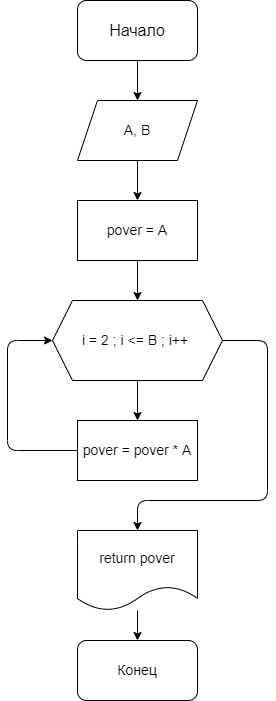
The draw.io diagram HWork4/Task25/diagram.dravio.png in VladimirVicPar/qwerty1, before a commit. Source tidied: cells renumbered, new cells last; positions are measured from the earlier drawing's top-left corner, leaving out a move shared by most shapes. The source it was exported from:
```xml
<mxGraphModel>
  <root>
    <mxCell id="0" />
    <mxCell id="1" parent="0" />
    <mxCell id="2" style="edgeStyle=none;html=1;fontSize=14;" parent="1" edge="1" source="3" target="5">
      <mxGeometry relative="1" as="geometry" />
    </mxCell>
    <mxCell id="3" value="&lt;font size=&quot;3&quot;&gt;Начало&lt;/font&gt;" style="rounded=1;whiteSpace=wrap;html=1;" parent="1" vertex="1">
      <mxGeometry x="70" width="120" height="60" as="geometry" />
    </mxCell>
    <mxCell id="4" style="edgeStyle=none;html=1;fontSize=14;" parent="1" edge="1" source="5" target="7">
      <mxGeometry relative="1" as="geometry" />
    </mxCell>
    <mxCell id="5" value="А, В" style="shape=parallelogram;perimeter=parallelogramPerimeter;whiteSpace=wrap;html=1;fixedSize=1;fontSize=14;" parent="1" vertex="1">
      <mxGeometry x="70" y="100" width="120" height="60" as="geometry" />
    </mxCell>
    <mxCell id="6" style="edgeStyle=none;html=1;fontSize=14;" parent="1" edge="1" source="7" target="10">
      <mxGeometry relative="1" as="geometry" />
    </mxCell>
    <mxCell id="7" value="pover = A" style="rounded=0;whiteSpace=wrap;html=1;fontSize=14;" parent="1" vertex="1">
      <mxGeometry x="70" y="200" width="120" height="60" as="geometry" />
    </mxCell>
    <mxCell id="8" style="edgeStyle=none;html=1;fontSize=14;" parent="1" edge="1" source="10" target="12">
      <mxGeometry relative="1" as="geometry" />
    </mxCell>
    <mxCell id="9" style="edgeStyle=none;html=1;exitX=1;exitY=0.5;exitDx=0;exitDy=0;entryX=0.5;entryY=0;entryDx=0;entryDy=0;fontSize=14;" parent="1" edge="1" source="10" target="14">
      <mxGeometry relative="1" as="geometry">
        <Array as="points">
          <mxPoint x="260" y="340" />
          <mxPoint x="260" y="500" />
          <mxPoint x="130" y="500" />
        </Array>
      </mxGeometry>
    </mxCell>
    <mxCell id="10" value="i = 2 ; i &amp;lt;= B ; i++&amp;nbsp;" style="shape=hexagon;perimeter=hexagonPerimeter2;whiteSpace=wrap;html=1;fixedSize=1;fontSize=14;" parent="1" vertex="1">
      <mxGeometry x="45" y="300" width="170" height="80" as="geometry" />
    </mxCell>
    <mxCell id="11" style="edgeStyle=none;html=1;exitX=0;exitY=0.5;exitDx=0;exitDy=0;entryX=0;entryY=0.5;entryDx=0;entryDy=0;fontSize=14;" parent="1" edge="1" source="12" target="10">
      <mxGeometry relative="1" as="geometry">
        <Array as="points">
          <mxPoint y="450" />
          <mxPoint y="340" />
        </Array>
      </mxGeometry>
    </mxCell>
    <mxCell id="12" value="pover = pover * A" style="rounded=0;whiteSpace=wrap;html=1;fontSize=14;" parent="1" vertex="1">
      <mxGeometry x="70" y="420" width="120" height="60" as="geometry" />
    </mxCell>
    <mxCell id="13" style="edgeStyle=none;html=1;fontSize=14;" parent="1" edge="1" source="14" target="15">
      <mxGeometry relative="1" as="geometry" />
    </mxCell>
    <mxCell id="14" value="return pover" style="shape=document;whiteSpace=wrap;html=1;boundedLbl=1;fontSize=14;" parent="1" vertex="1">
      <mxGeometry x="70" y="530" width="120" height="80" as="geometry" />
    </mxCell>
    <mxCell id="15" value="Конец" style="rounded=1;whiteSpace=wrap;html=1;fontSize=14;" parent="1" vertex="1">
      <mxGeometry x="70" y="640" width="120" height="60" as="geometry" />
    </mxCell>
  </root>
</mxGraphModel>
```
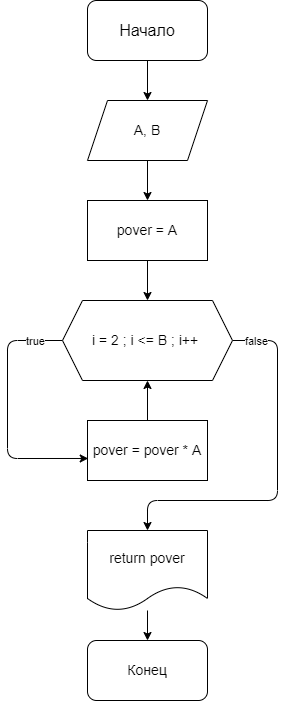
After the change.

Commit message:
Commite Task25

The edit, as a diff of the source:
```diff
@@ -20,28 +20,38 @@
     <mxCell id="7" value="pover = A" style="rounded=0;whiteSpace=wrap;html=1;fontSize=14;" parent="1" vertex="1">
       <mxGeometry x="70" y="200" width="120" height="60" as="geometry" />
     </mxCell>
+    <mxCell id="9" style="edgeStyle=none;html=1;exitX=1;exitY=0.5;exitDx=0;exitDy=0;entryX=0.5;entryY=0;entryDx=0;entryDy=0;fontSize=14;" parent="1" edge="1" source="10" target="14">
+      <mxGeometry relative="1" as="geometry">
+        <Array as="points">
+          <mxPoint x="260" y="340" />
+          <mxPoint x="260" y="500" />
+          <mxPoint x="130" y="500" />
+        </Array>
+      </mxGeometry>
+    </mxCell>
+    <mxCell id="16" value="false" style="edgeLabel;html=1;align=center;verticalAlign=middle;" parent="9" vertex="1">
+      <mxGeometry x="-0.49" relative="1" as="geometry">
+        <mxPoint x="-22" y="-48" as="offset" />
+      </mxGeometry>
+    </mxCell>
-    <mxCell id="8" style="edgeStyle=none;html=1;fontSize=14;" parent="1" edge="1" source="10" target="12">
-      <mxGeometry relative="1" as="geometry" />
+    <mxCell id="8" style="edgeStyle=none;html=1;exitX=0;exitY=0.5;exitDx=0;exitDy=0;entryX=0.006;entryY=0.633;entryDx=0;entryDy=0;entryPerimeter=0;" parent="1" edge="1" source="10" target="12">
+      <mxGeometry relative="1" as="geometry">
+        <Array as="points">
+          <mxPoint x="-10" y="340" />
+          <mxPoint x="-10" y="458" />
+        </Array>
+      </mxGeometry>
     </mxCell>
-    <mxCell id="9" style="edgeStyle=none;html=1;exitX=1;exitY=0.5;exitDx=0;exitDy=0;entryX=0.5;entryY=0;entryDx=0;entryDy=0;fontSize=14;" parent="1" edge="1" source="10" target="14">
-      <mxGeometry relative="1" as="geometry">
-        <Array as="points">
-          <mxPoint x="260" y="340" />
-          <mxPoint x="260" y="500" />
-          <mxPoint x="130" y="500" />
-        </Array>
-      </mxGeometry>
-    </mxCell>
+    <mxCell id="17" value="true" style="edgeLabel;html=1;align=center;verticalAlign=middle;" parent="8" vertex="1">
+      <mxGeometry x="-0.18" relative="1" as="geometry">
+        <mxPoint x="27" y="-49" as="offset" />
+      </mxGeometry>
+    </mxCell>
     <mxCell id="10" value="i = 2 ; i &amp;lt;= B ; i++&amp;nbsp;" style="shape=hexagon;perimeter=hexagonPerimeter2;whiteSpace=wrap;html=1;fixedSize=1;fontSize=14;" parent="1" vertex="1">
       <mxGeometry x="45" y="300" width="170" height="80" as="geometry" />
     </mxCell>
-    <mxCell id="11" style="edgeStyle=none;html=1;exitX=0;exitY=0.5;exitDx=0;exitDy=0;entryX=0;entryY=0.5;entryDx=0;entryDy=0;fontSize=14;" parent="1" edge="1" source="12" target="10">
-      <mxGeometry relative="1" as="geometry">
-        <Array as="points">
-          <mxPoint y="450" />
-          <mxPoint y="340" />
-        </Array>
-      </mxGeometry>
+    <mxCell id="11" style="edgeStyle=none;html=1;" parent="1" edge="1" source="12" target="10">
+      <mxGeometry relative="1" as="geometry" />
     </mxCell>
     <mxCell id="12" value="pover = pover * A" style="rounded=0;whiteSpace=wrap;html=1;fontSize=14;" parent="1" vertex="1">
       <mxGeometry x="70" y="420" width="120" height="60" as="geometry" />
```
